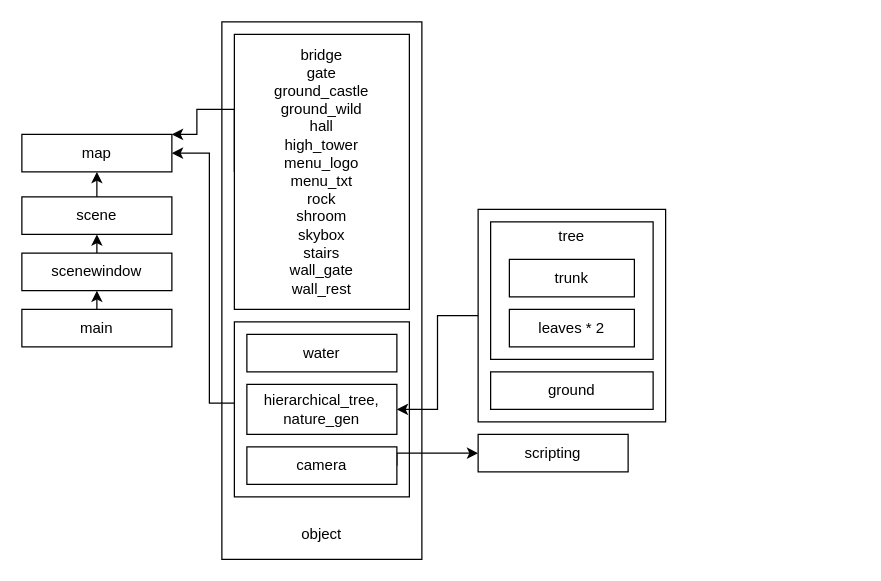
Earlier version of the draw.io diagram diagram_tried.drawio (iairu/castlecall). Source tidied: cells renumbered, new cells numbered last; positions are measured from the earlier drawing's top-left corner, leaving out a move shared by most shapes. Both pictures are drawn from the tidied source at 125%, with x=0, y=0 at pixel (21, 21).
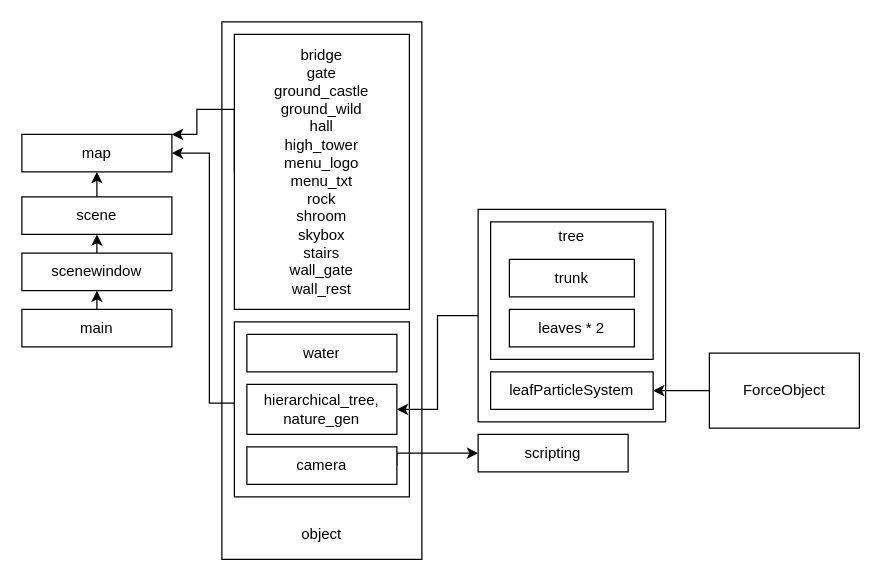
The same page after the edit.

Diff of the diagram source:
```diff
@@
-    <mxCell id="24" value="ground" style="rounded=0;whiteSpace=wrap;html=1;" parent="1" vertex="1">
+    <mxCell id="24" value="leafParticleSystem" style="rounded=0;whiteSpace=wrap;html=1;" parent="1" vertex="1">
       <mxGeometry x="375" y="280" width="130" height="30" as="geometry" />
     </mxCell>
+    <mxCell id="25" style="edgeStyle=orthogonalEdgeStyle;rounded=0;jettySize=auto;html=1;exitX=0;exitY=0.5;exitDx=0;exitDy=0;entryX=1;entryY=0.5;entryDx=0;entryDy=0;" parent="1" edge="1" source="26" target="24">
+      <mxGeometry relative="1" as="geometry" />
+    </mxCell>
+    <mxCell id="26" value="ForceObject" style="rounded=0;whiteSpace=wrap;html=1;" parent="1" vertex="1">
+      <mxGeometry x="550" y="265" width="120" height="60" as="geometry" />
+    </mxCell>
```
